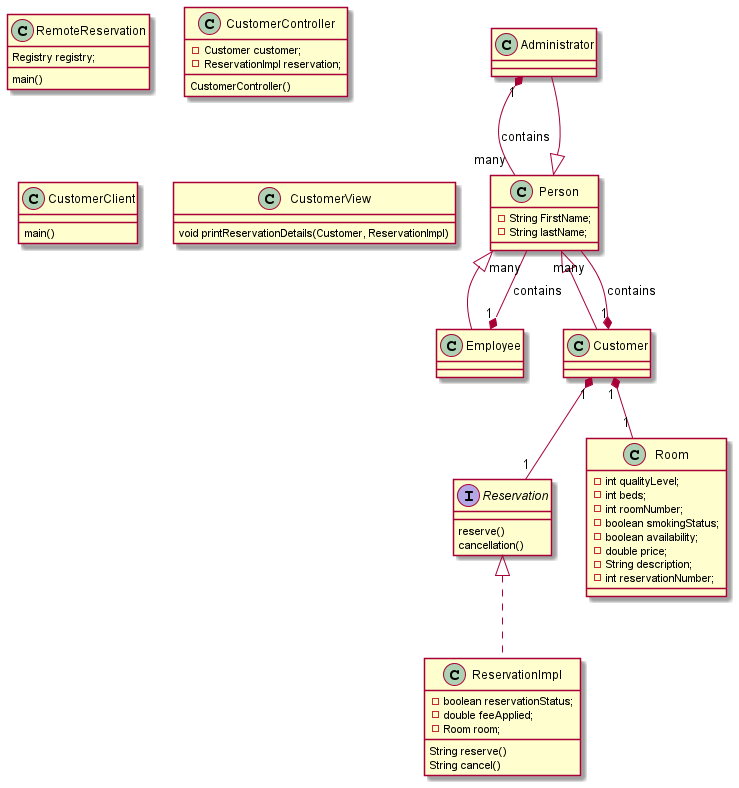
The PlantUML diagram src/HotelUMLDiagram.png in sdliv/hotelRservations, before a commit. Its diagram source:
```plantuml
@startuml

class Administrator extends Person {

}

class Person {
  -String FirstName;
  -String lastName;
}

class Employee extends Person {
}

class Customer extends Person {

}

interface Reservation {
  reserve()
  cancellation()
}

class Room {
  -int qualityLevel;
  -int beds;
  -int roomNumber;
  -boolean smokingStatus;
  -boolean availability;
  -double price;
  -String description;
  -int reservationNumber;
}

class ReservationImpl implements Reservation {
  -boolean reservationStatus;
  -double feeApplied;
  -Room room;
  String reserve()
  String cancel()
}

class RemoteReservation {
  Registry registry;
  main()
}

class CustomerController {
  - Customer customer;
  - ReservationImpl reservation;
  CustomerController()
}

class CustomerClient {
  main()
}

class CustomerView {
  void printReservationDetails(Customer, ReservationImpl)
}

Administrator "1" *-- "many" Person : contains
Employee "1" *-- "many" Person : contains
Customer "1" *-- "many" Person : contains
Customer "1" *-- "1" Room
Customer "1" *-- "1" Reservation
@enduml
```
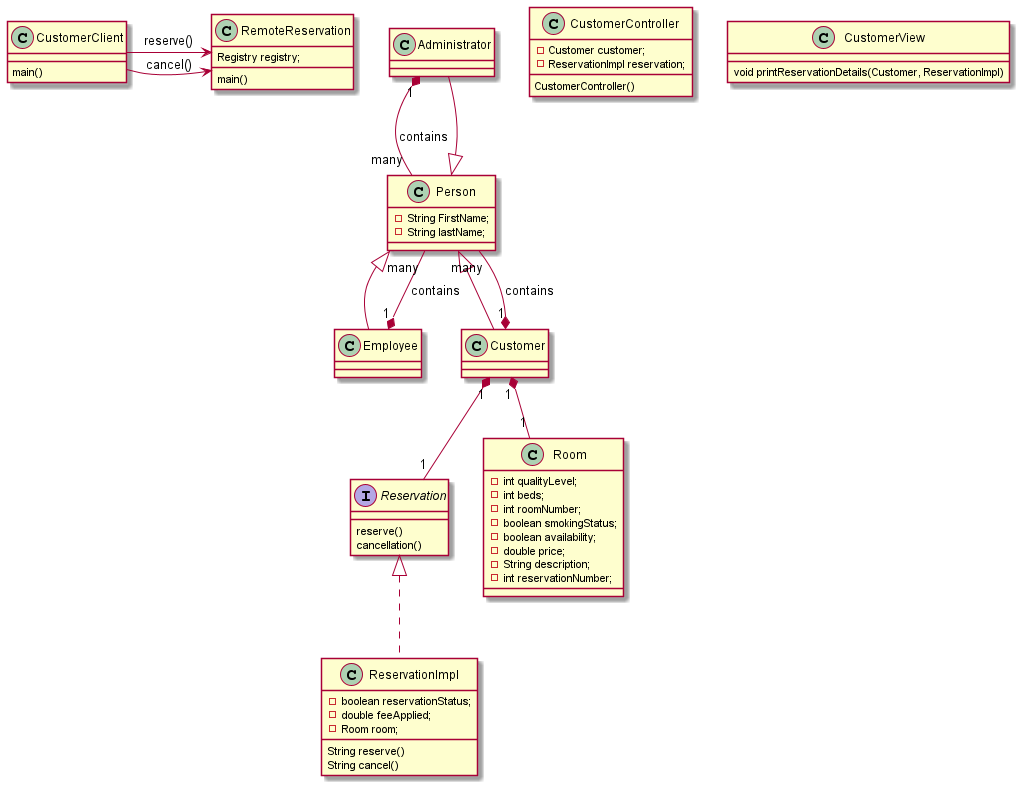
The same diagram one commit later.

What changed in the source:
```diff
@@ -59,6 +59,9 @@
   void printReservationDetails(Customer, ReservationImpl)
 }
 
+
+CustomerClient -> RemoteReservation: reserve()
+CustomerClient -> RemoteReservation: cancel()
 Administrator "1" *-- "many" Person : contains
 Employee "1" *-- "many" Person : contains
 Customer "1" *-- "many" Person : contains
```
